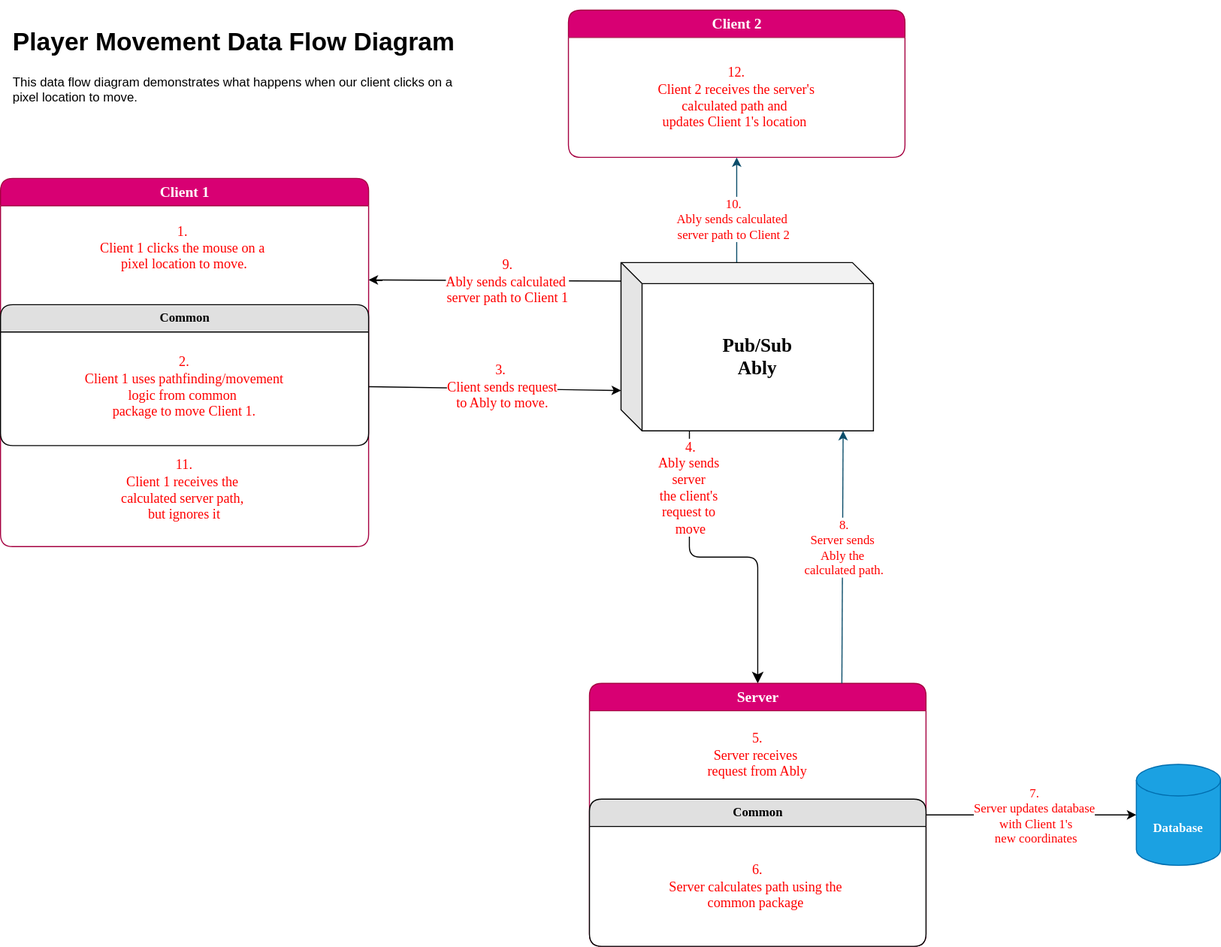
sloalchemist/potions keeps this draw.io diagram as diagrams/playerMovement.drawio.svg. Above is the earlier version. Source tidied: cells renumbered, new cells last; positions are measured from the earlier drawing's top-left corner, leaving out a move shared by most shapes. The source it was exported from:
```xml
<mxGraphModel>
  <root>
    <mxCell id="0" />
    <mxCell id="1" parent="0" />
    <mxCell id="2" style="edgeStyle=orthogonalEdgeStyle;html=1;labelBackgroundColor=none;startFill=0;startSize=8;endFill=1;endSize=8;fontFamily=Verdana;fontSize=12;entryX=0.5;entryY=0;entryDx=0;entryDy=0;exitX=0.271;exitY=0.986;exitDx=0;exitDy=0;exitPerimeter=0;" parent="1" edge="1" source="26" target="12">
      <mxGeometry relative="1" as="geometry" />
    </mxCell>
    <mxCell id="3" value="&lt;font style=&quot;font-size: 13px; color: rgb(255, 0, 0);&quot;&gt;4.&lt;/font&gt;&lt;div&gt;&lt;font style=&quot;font-size: 13px; color: rgb(255, 0, 0);&quot;&gt;Ably sends&amp;nbsp;&lt;/font&gt;&lt;/div&gt;&lt;div&gt;&lt;font style=&quot;font-size: 13px; color: rgb(255, 0, 0);&quot;&gt;server&amp;nbsp;&lt;/font&gt;&lt;/div&gt;&lt;div&gt;&lt;font style=&quot;font-size: 13px; color: rgb(255, 0, 0);&quot;&gt;the&amp;nbsp;&lt;span style=&quot;background-color: light-dark(#ffffff, var(--ge-dark-color, #121212));&quot;&gt;client's&amp;nbsp;&lt;/span&gt;&lt;/font&gt;&lt;/div&gt;&lt;div&gt;&lt;span style=&quot;background-color: light-dark(#ffffff, var(--ge-dark-color, #121212));&quot;&gt;&lt;font style=&quot;font-size: 13px; color: rgb(255, 0, 0);&quot;&gt;request to&amp;nbsp;&lt;/font&gt;&lt;/span&gt;&lt;/div&gt;&lt;div&gt;&lt;span style=&quot;background-color: light-dark(#ffffff, var(--ge-dark-color, #121212));&quot;&gt;&lt;font style=&quot;font-size: 13px; color: rgb(255, 0, 0);&quot;&gt;move&lt;/font&gt;&lt;/span&gt;&lt;/div&gt;" style="edgeLabel;html=1;align=center;verticalAlign=middle;fontFamily=Verdana;" parent="2" vertex="1">
      <mxGeometry x="-0.36" relative="1" as="geometry">
        <mxPoint y="-42" as="offset" />
      </mxGeometry>
    </mxCell>
    <mxCell id="4" value="&lt;font face=&quot;Verdana&quot;&gt;&lt;b&gt;Database&lt;/b&gt;&lt;/font&gt;" style="shape=cylinder3;whiteSpace=wrap;html=1;boundedLbl=1;backgroundOutline=1;size=15;fillColor=#1ba1e2;fontColor=#ffffff;strokeColor=#006EAF;" parent="1" vertex="1">
      <mxGeometry x="1080" y="717" width="80" height="96" as="geometry" />
    </mxCell>
    <mxCell id="5" style="endArrow=classic;html=1;rounded=0;exitX=1;exitY=0.5;exitDx=0;exitDy=0;" parent="1" edge="1" source="12" target="4">
      <mxGeometry relative="1" as="geometry" />
    </mxCell>
    <mxCell id="6" value="&lt;font style=&quot;color: rgb(255, 0, 0);&quot;&gt;7.&lt;/font&gt;&lt;div&gt;&lt;font style=&quot;color: rgb(255, 0, 0);&quot;&gt;Server updates database&lt;/font&gt;&lt;/div&gt;&lt;div&gt;&lt;font style=&quot;color: rgb(255, 0, 0);&quot;&gt;&amp;nbsp;with Client 1's&lt;/font&gt;&lt;/div&gt;&lt;div&gt;&lt;font style=&quot;color: rgb(255, 0, 0);&quot;&gt;&amp;nbsp;new coordinates&lt;/font&gt;&lt;/div&gt;" style="edgeLabel;html=1;align=center;verticalAlign=middle;fontFamily=Verdana;fontSize=12;" parent="5" vertex="1">
      <mxGeometry x="-0.23" y="-3" relative="1" as="geometry">
        <mxPoint x="25" y="-3" as="offset" />
      </mxGeometry>
    </mxCell>
    <mxCell id="7" style="endArrow=classic;html=1;rounded=0;exitX=1;exitY=0.5;exitDx=0;exitDy=0;entryX=0;entryY=0.76;entryDx=0;entryDy=0;entryPerimeter=0;" parent="1" edge="1" source="24" target="26">
      <mxGeometry relative="1" as="geometry" />
    </mxCell>
    <mxCell id="8" value="&lt;font style=&quot;color: rgb(255, 0, 0); font-size: 13px;&quot;&gt;3.&amp;nbsp;&lt;/font&gt;&lt;div&gt;&lt;font style=&quot;color: rgb(255, 0, 0); font-size: 13px;&quot;&gt;Client sends request&lt;/font&gt;&lt;div&gt;&lt;font style=&quot;color: rgb(255, 0, 0); font-size: 13px;&quot;&gt;to Ably to move.&lt;/font&gt;&lt;/div&gt;&lt;/div&gt;" style="edgeLabel;html=1;align=center;verticalAlign=middle;fontFamily=Verdana;" parent="7" vertex="1">
      <mxGeometry x="0.3" relative="1" as="geometry">
        <mxPoint x="-30" y="-3" as="offset" />
      </mxGeometry>
    </mxCell>
    <mxCell id="9" style="endArrow=classic;html=1;rounded=0;entryX=1;entryY=0.75;entryDx=0;entryDy=0;exitX=0;exitY=0.11;exitDx=0;exitDy=0;exitPerimeter=0;" parent="1" edge="1" source="26" target="22">
      <mxGeometry relative="1" as="geometry" />
    </mxCell>
    <mxCell id="10" value="&lt;div&gt;&lt;font style=&quot;color: rgb(255, 0, 0); font-size: 13px;&quot;&gt;9.&lt;/font&gt;&lt;/div&gt;&lt;div&gt;&lt;font style=&quot;color: rgb(255, 0, 0); font-size: 13px;&quot;&gt;Ably sends calculated&amp;nbsp;&lt;/font&gt;&lt;/div&gt;&lt;div&gt;&lt;font style=&quot;color: rgb(255, 0, 0); font-size: 13px;&quot;&gt;server path to Client 1&lt;/font&gt;&lt;/div&gt;" style="edgeLabel;html=1;align=center;verticalAlign=middle;fontFamily=Verdana;" parent="9" vertex="1">
      <mxGeometry x="-0.37" y="-1" relative="1" as="geometry">
        <mxPoint x="-33" y="1" as="offset" />
      </mxGeometry>
    </mxCell>
    <mxCell id="11" style="group;" parent="1" vertex="1">
      <mxGeometry x="560" y="640" width="320" height="230" as="geometry" />
    </mxCell>
    <mxCell id="12" value="&lt;h3&gt;Server&lt;/h3&gt;" style="swimlane;html=1;fontStyle=0;horizontal=1;startSize=26;fillColor=#d80073;swimlaneFillColor=#ffffff;align=center;rounded=1;shadow=0;comic=0;labelBackgroundColor=none;strokeWidth=1;fontFamily=Verdana;fontSize=12;fontColor=#ffffff;strokeColor=#A50040;" parent="11" vertex="1">
      <mxGeometry width="320" height="250" as="geometry" />
    </mxCell>
    <mxCell id="13" value="&lt;font face=&quot;Verdana&quot; style=&quot;color: rgb(255, 0, 0); font-size: 13px;&quot;&gt;5.&lt;/font&gt;&lt;div&gt;&lt;font face=&quot;Verdana&quot; style=&quot;color: rgb(255, 0, 0); font-size: 13px;&quot;&gt;Server receives&amp;nbsp;&lt;/font&gt;&lt;/div&gt;&lt;div&gt;&lt;font face=&quot;Verdana&quot; style=&quot;color: rgb(255, 0, 0); font-size: 13px;&quot;&gt;request from Ably&lt;/font&gt;&lt;/div&gt;" style="text;strokeColor=none;align=center;fillColor=none;html=1;verticalAlign=middle;whiteSpace=wrap;rounded=0;fontColor=#EEEEEE;" parent="12" vertex="1">
      <mxGeometry y="26" width="320" height="84" as="geometry" />
    </mxCell>
    <mxCell id="14" value="&lt;h4&gt;Common&lt;/h4&gt;" style="swimlane;html=1;fontStyle=0;horizontal=1;startSize=26;fillColor=#e0e0e0;swimlaneFillColor=#ffffff;align=center;rounded=1;shadow=0;comic=0;labelBackgroundColor=none;strokeWidth=1;fontFamily=Verdana;fontSize=12;" parent="12" vertex="1">
      <mxGeometry y="110" width="320" height="140" as="geometry" />
    </mxCell>
    <mxCell id="15" value="&lt;font face=&quot;Verdana&quot; style=&quot;color: rgb(255, 0, 0); font-size: 13px;&quot;&gt;6.&lt;/font&gt;&lt;div&gt;&lt;font face=&quot;Verdana&quot; style=&quot;color: rgb(255, 0, 0); font-size: 13px;&quot;&gt;Server&amp;nbsp;&lt;/font&gt;&lt;span style=&quot;color: light-dark(rgb(255, 0, 0), rgb(255, 144, 144)); font-size: 13px; font-family: Verdana; background-color: transparent;&quot;&gt;calculates path using the&amp;nbsp;&lt;/span&gt;&lt;/div&gt;&lt;div&gt;&lt;font face=&quot;Verdana&quot; style=&quot;color: rgb(255, 0, 0); font-size: 13px;&quot;&gt;common package&amp;nbsp;&lt;/font&gt;&lt;/div&gt;" style="text;strokeColor=none;align=center;fillColor=none;html=1;verticalAlign=middle;whiteSpace=wrap;rounded=0;" parent="14" vertex="1">
      <mxGeometry y="26" width="320" height="114" as="geometry" />
    </mxCell>
    <mxCell id="16" style="group;" parent="1" vertex="1">
      <mxGeometry x="540" width="320" height="140" as="geometry" />
    </mxCell>
    <mxCell id="17" value="&lt;h3&gt;Client 2&lt;/h3&gt;" style="swimlane;html=1;fontStyle=0;horizontal=1;startSize=26;fillColor=#d80073;swimlaneFillColor=#ffffff;align=center;rounded=1;shadow=0;comic=0;labelBackgroundColor=none;strokeWidth=1;fontFamily=Verdana;fontSize=12;fontColor=#ffffff;strokeColor=#A50040;" parent="16" vertex="1">
      <mxGeometry width="320" height="140" as="geometry" />
    </mxCell>
    <mxCell id="18" value="&lt;font color=&quot;#ff0000&quot;&gt;&lt;span style=&quot;font-size: 13px;&quot;&gt;12.&lt;/span&gt;&lt;/font&gt;&lt;div&gt;&lt;font color=&quot;#ff0000&quot;&gt;&lt;span style=&quot;font-size: 13px;&quot;&gt;Client 2 receives&amp;nbsp;&lt;/span&gt;&lt;/font&gt;&lt;span style=&quot;font-size: 13px; color: light-dark(rgb(255, 0, 0), rgb(255, 144, 144)); background-color: transparent;&quot;&gt;the server's&lt;/span&gt;&lt;/div&gt;&lt;div&gt;&lt;font color=&quot;#ff0000&quot;&gt;&lt;span style=&quot;font-size: 13px;&quot;&gt;calculated path and&amp;nbsp;&lt;/span&gt;&lt;/font&gt;&lt;/div&gt;&lt;div&gt;&lt;font color=&quot;#ff0000&quot;&gt;&lt;span style=&quot;font-size: 13px;&quot;&gt;updates Client 1's location&amp;nbsp;&lt;/span&gt;&lt;/font&gt;&lt;/div&gt;" style="text;strokeColor=none;align=center;fillColor=none;html=1;verticalAlign=middle;whiteSpace=wrap;rounded=0;fontFamily=Verdana;" parent="17" vertex="1">
      <mxGeometry y="26" width="320" height="114" as="geometry" />
    </mxCell>
    <mxCell id="19" style="endArrow=classic;html=1;rounded=0;strokeColor=#0B4D6A;exitX=0;exitY=0;exitDx=110;exitDy=0;exitPerimeter=0;entryX=0.5;entryY=1;entryDx=0;entryDy=0;" parent="1" edge="1" source="26" target="18">
      <mxGeometry relative="1" as="geometry" />
    </mxCell>
    <mxCell id="20" value="&lt;font style=&quot;color: rgb(255, 0, 0);&quot;&gt;10.&lt;/font&gt;&lt;div&gt;&lt;font style=&quot;color: rgb(255, 0, 0);&quot;&gt;Ably sends calculated&amp;nbsp;&lt;/font&gt;&lt;/div&gt;&lt;div&gt;&lt;font style=&quot;color: rgb(255, 0, 0);&quot;&gt;server path to Client 2&lt;/font&gt;&lt;/div&gt;" style="edgeLabel;html=1;align=center;verticalAlign=middle;strokeColor=#BAC8D3;fontColor=#EEEEEE;fillColor=#09555B;fontFamily=Verdana;fontSize=12;" parent="19" vertex="1">
      <mxGeometry x="0.19" y="4" relative="1" as="geometry">
        <mxPoint y="17" as="offset" />
      </mxGeometry>
    </mxCell>
    <mxCell id="21" value="&lt;h3&gt;Client 1&lt;/h3&gt;" style="swimlane;html=1;fontStyle=0;horizontal=1;startSize=26;fillColor=#d80073;swimlaneFillColor=#ffffff;align=center;rounded=1;shadow=0;comic=0;labelBackgroundColor=none;strokeWidth=1;fontFamily=Verdana;fontSize=12;fontColor=#ffffff;strokeColor=#A50040;" parent="1" vertex="1">
      <mxGeometry y="160" width="350" height="350" as="geometry" />
    </mxCell>
    <mxCell id="22" value="&lt;font style=&quot;font-size: 13px;&quot;&gt;1.&amp;nbsp;&lt;/font&gt;&lt;div&gt;&lt;font style=&quot;font-size: 13px;&quot;&gt;Client 1 clicks the mouse on a&amp;nbsp;&lt;/font&gt;&lt;/div&gt;&lt;div&gt;&lt;font style=&quot;font-size: 13px;&quot;&gt;pixel location to move.&lt;/font&gt;&lt;/div&gt;&lt;div&gt;&lt;font&gt;&lt;br&gt;&lt;/font&gt;&lt;/div&gt;" style="text;strokeColor=none;align=center;fillColor=none;html=1;verticalAlign=middle;whiteSpace=wrap;rounded=0;fontColor=#FF0000;fontFamily=Verdana;" parent="21" vertex="1">
      <mxGeometry y="26" width="350" height="94" as="geometry" />
    </mxCell>
    <mxCell id="23" value="&lt;h4&gt;Common&lt;/h4&gt;" style="swimlane;html=1;fontStyle=0;horizontal=1;startSize=26;fillColor=#e0e0e0;swimlaneFillColor=#ffffff;align=center;rounded=1;shadow=0;comic=0;labelBackgroundColor=none;strokeWidth=1;fontFamily=Verdana;fontSize=12;" parent="21" vertex="1">
      <mxGeometry y="120" width="350" height="134" as="geometry" />
    </mxCell>
    <mxCell id="24" value="&lt;font color=&quot;#ff0000&quot;&gt;&lt;span style=&quot;font-size: 13px;&quot;&gt;2.&lt;/span&gt;&lt;/font&gt;&lt;div&gt;&lt;font color=&quot;#ff0000&quot;&gt;&lt;span style=&quot;font-size: 13px;&quot;&gt;Client 1 uses pathfinding/movement&lt;/span&gt;&lt;/font&gt;&lt;/div&gt;&lt;div&gt;&lt;font color=&quot;#ff0000&quot;&gt;&lt;span style=&quot;font-size: 13px;&quot;&gt;logic from common&amp;nbsp;&lt;/span&gt;&lt;/font&gt;&lt;/div&gt;&lt;div&gt;&lt;font color=&quot;#ff0000&quot;&gt;&lt;span style=&quot;font-size: 13px;&quot;&gt;package to move Client 1.&lt;/span&gt;&lt;/font&gt;&lt;/div&gt;" style="text;strokeColor=none;align=center;fillColor=none;html=1;verticalAlign=middle;whiteSpace=wrap;rounded=0;fontFamily=Verdana;" parent="23" vertex="1">
      <mxGeometry y="26" width="350" height="104" as="geometry" />
    </mxCell>
    <mxCell id="25" value="&lt;font style=&quot;color: rgb(255, 0, 0); font-size: 13px;&quot;&gt;11.&lt;/font&gt;&lt;div&gt;&lt;font style=&quot;color: rgb(255, 0, 0); font-size: 13px;&quot;&gt;Client 1 receives the&amp;nbsp;&lt;/font&gt;&lt;/div&gt;&lt;div&gt;&lt;font style=&quot;color: rgb(255, 0, 0); font-size: 13px;&quot;&gt;calculated server path,&amp;nbsp;&lt;/font&gt;&lt;/div&gt;&lt;div&gt;&lt;font style=&quot;color: rgb(255, 0, 0); font-size: 13px;&quot;&gt;but ignores it&lt;/font&gt;&lt;/div&gt;" style="text;strokeColor=none;align=center;fillColor=none;html=1;verticalAlign=middle;whiteSpace=wrap;rounded=0;fontFamily=Verdana;" parent="21" vertex="1">
      <mxGeometry y="254" width="350" height="84" as="geometry" />
    </mxCell>
    <mxCell id="26" value="&lt;h2&gt;&lt;font face=&quot;Verdana&quot;&gt;Pub/Sub&lt;br&gt;Ably&lt;/font&gt;&lt;/h2&gt;" style="shape=cube;whiteSpace=wrap;html=1;boundedLbl=1;backgroundOutline=1;darkOpacity=0.05;darkOpacity2=0.1;points=[[0,0,0,0,0],[0,0,0,0,120],[0,0,0,10,130],[0,0,0,20,140],[0,0,0,110,0],[0,0,0,220,0],[0,0,0,230,10],[0,0,0,240,20],[0,0,0,240,80],[0,0.11,0,0,0],[0,0.25,0,0,0],[0,0.39,0,0,0],[0,0.5,0,0,0],[0,0.59,0,0,0],[0,0.68,0,0,0],[0,0.76,0,0,0],[0.2,1,0,0,0],[0.29,1,0,0,0],[0.4,1,0,0,0],[0.5,1,0,0,0],[0.63,1,0,0,0],[0.75,1,0,0,0],[0.88,1,0,0,0],[1,1,0,0,0]];" parent="1" vertex="1">
      <mxGeometry x="590" y="240" width="240" height="160" as="geometry" />
    </mxCell>
    <mxCell id="27" style="endArrow=classic;html=1;rounded=0;strokeColor=#0B4D6A;entryX=0.88;entryY=1;entryDx=0;entryDy=0;entryPerimeter=0;exitX=0.75;exitY=0;exitDx=0;exitDy=0;" parent="1" edge="1" source="12" target="26">
      <mxGeometry relative="1" as="geometry" />
    </mxCell>
    <mxCell id="28" value="&lt;font style=&quot;color: rgb(255, 0, 0);&quot; face=&quot;Verdana&quot;&gt;8.&lt;/font&gt;&lt;div&gt;&lt;font style=&quot;color: rgb(255, 0, 0);&quot; face=&quot;Verdana&quot;&gt;Server sends&amp;nbsp;&lt;/font&gt;&lt;/div&gt;&lt;div&gt;&lt;font style=&quot;color: rgb(255, 0, 0);&quot; face=&quot;Verdana&quot;&gt;Ably the&amp;nbsp;&lt;/font&gt;&lt;/div&gt;&lt;div&gt;&lt;font style=&quot;color: rgb(255, 0, 0);&quot; face=&quot;Verdana&quot;&gt;calculated path.&lt;/font&gt;&lt;/div&gt;" style="edgeLabel;html=1;align=center;verticalAlign=middle;strokeColor=#BAC8D3;fontColor=#EEEEEE;fillColor=#09555B;fontSize=12;" parent="27" vertex="1">
      <mxGeometry x="0.08" y="-1" relative="1" as="geometry" />
    </mxCell>
    <mxCell id="29" value="&lt;h1 style=&quot;margin-top: 0px;&quot;&gt;Player Movement Data Flow Diagram&lt;/h1&gt;&lt;p&gt;This data flow diagram demonstrates what happens when our client clicks on a pixel location to move.&lt;/p&gt;" style="text;html=1;whiteSpace=wrap;overflow=hidden;rounded=0;" parent="1" vertex="1">
      <mxGeometry x="10" y="10" width="440" height="120" as="geometry" />
    </mxCell>
  </root>
</mxGraphModel>
```
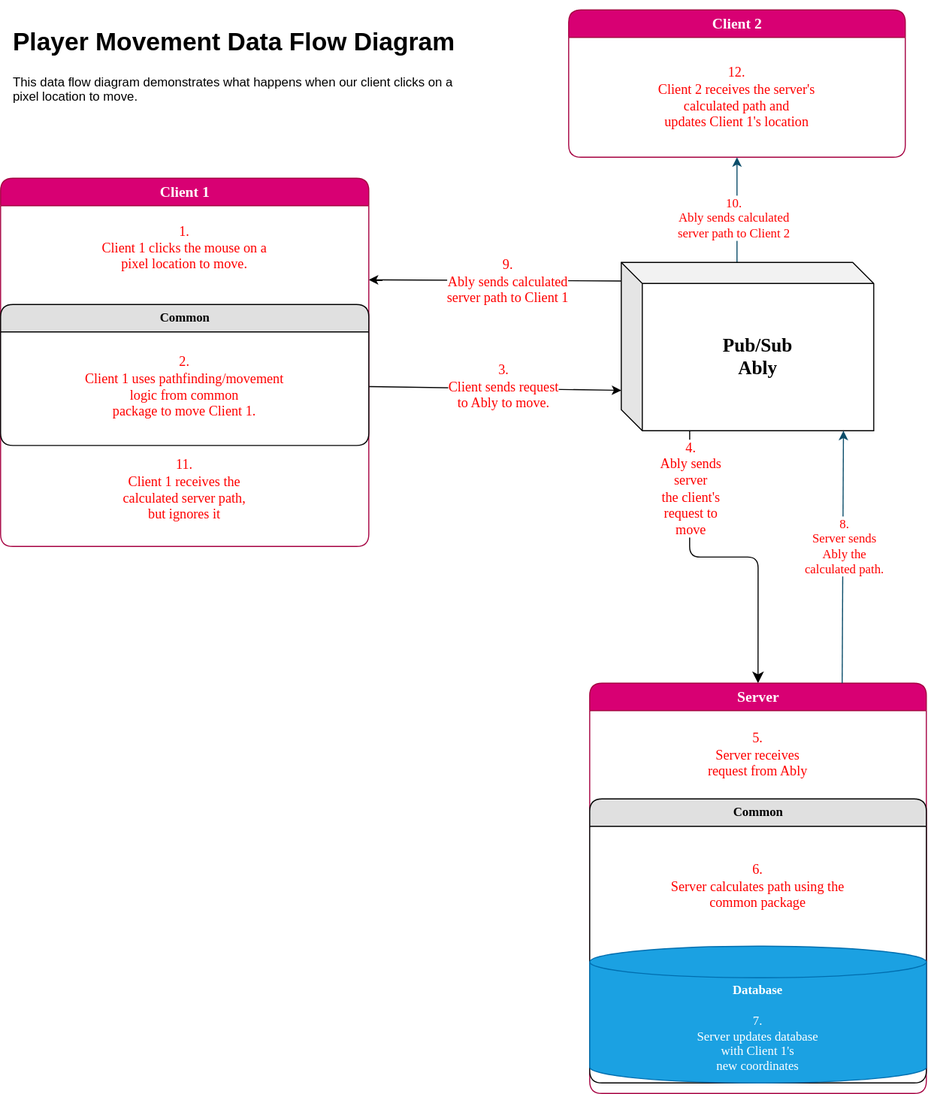
After the commit.

Commit message:
doc: changed DB to be inside server and added more auth details

The edit, as a diff of the source:
```diff
@@ -10,17 +10,6 @@
         <mxPoint y="-42" as="offset" />
       </mxGeometry>
     </mxCell>
-    <mxCell id="4" value="&lt;font face=&quot;Verdana&quot;&gt;&lt;b&gt;Database&lt;/b&gt;&lt;/font&gt;" style="shape=cylinder3;whiteSpace=wrap;html=1;boundedLbl=1;backgroundOutline=1;size=15;fillColor=#1ba1e2;fontColor=#ffffff;strokeColor=#006EAF;" parent="1" vertex="1">
-      <mxGeometry x="1080" y="717" width="80" height="96" as="geometry" />
-    </mxCell>
-    <mxCell id="5" style="endArrow=classic;html=1;rounded=0;exitX=1;exitY=0.5;exitDx=0;exitDy=0;" parent="1" edge="1" source="12" target="4">
-      <mxGeometry relative="1" as="geometry" />
-    </mxCell>
-    <mxCell id="6" value="&lt;font style=&quot;color: rgb(255, 0, 0);&quot;&gt;7.&lt;/font&gt;&lt;div&gt;&lt;font style=&quot;color: rgb(255, 0, 0);&quot;&gt;Server updates database&lt;/font&gt;&lt;/div&gt;&lt;div&gt;&lt;font style=&quot;color: rgb(255, 0, 0);&quot;&gt;&amp;nbsp;with Client 1's&lt;/font&gt;&lt;/div&gt;&lt;div&gt;&lt;font style=&quot;color: rgb(255, 0, 0);&quot;&gt;&amp;nbsp;new coordinates&lt;/font&gt;&lt;/div&gt;" style="edgeLabel;html=1;align=center;verticalAlign=middle;fontFamily=Verdana;fontSize=12;" parent="5" vertex="1">
-      <mxGeometry x="-0.23" y="-3" relative="1" as="geometry">
-        <mxPoint x="25" y="-3" as="offset" />
-      </mxGeometry>
-    </mxCell>
     <mxCell id="7" style="endArrow=classic;html=1;rounded=0;exitX=1;exitY=0.5;exitDx=0;exitDy=0;entryX=0;entryY=0.76;entryDx=0;entryDy=0;entryPerimeter=0;" parent="1" edge="1" source="24" target="26">
       <mxGeometry relative="1" as="geometry" />
     </mxCell>
@@ -38,20 +27,23 @@
       </mxGeometry>
     </mxCell>
     <mxCell id="11" style="group;" parent="1" vertex="1">
-      <mxGeometry x="560" y="640" width="320" height="230" as="geometry" />
+      <mxGeometry x="560" y="640" width="320" height="390" as="geometry" />
     </mxCell>
     <mxCell id="12" value="&lt;h3&gt;Server&lt;/h3&gt;" style="swimlane;html=1;fontStyle=0;horizontal=1;startSize=26;fillColor=#d80073;swimlaneFillColor=#ffffff;align=center;rounded=1;shadow=0;comic=0;labelBackgroundColor=none;strokeWidth=1;fontFamily=Verdana;fontSize=12;fontColor=#ffffff;strokeColor=#A50040;" parent="11" vertex="1">
-      <mxGeometry width="320" height="250" as="geometry" />
+      <mxGeometry width="320" height="390" as="geometry" />
     </mxCell>
     <mxCell id="13" value="&lt;font face=&quot;Verdana&quot; style=&quot;color: rgb(255, 0, 0); font-size: 13px;&quot;&gt;5.&lt;/font&gt;&lt;div&gt;&lt;font face=&quot;Verdana&quot; style=&quot;color: rgb(255, 0, 0); font-size: 13px;&quot;&gt;Server receives&amp;nbsp;&lt;/font&gt;&lt;/div&gt;&lt;div&gt;&lt;font face=&quot;Verdana&quot; style=&quot;color: rgb(255, 0, 0); font-size: 13px;&quot;&gt;request from Ably&lt;/font&gt;&lt;/div&gt;" style="text;strokeColor=none;align=center;fillColor=none;html=1;verticalAlign=middle;whiteSpace=wrap;rounded=0;fontColor=#EEEEEE;" parent="12" vertex="1">
       <mxGeometry y="26" width="320" height="84" as="geometry" />
     </mxCell>
     <mxCell id="14" value="&lt;h4&gt;Common&lt;/h4&gt;" style="swimlane;html=1;fontStyle=0;horizontal=1;startSize=26;fillColor=#e0e0e0;swimlaneFillColor=#ffffff;align=center;rounded=1;shadow=0;comic=0;labelBackgroundColor=none;strokeWidth=1;fontFamily=Verdana;fontSize=12;" parent="12" vertex="1">
-      <mxGeometry y="110" width="320" height="140" as="geometry" />
+      <mxGeometry y="110" width="320" height="270" as="geometry" />
     </mxCell>
     <mxCell id="15" value="&lt;font face=&quot;Verdana&quot; style=&quot;color: rgb(255, 0, 0); font-size: 13px;&quot;&gt;6.&lt;/font&gt;&lt;div&gt;&lt;font face=&quot;Verdana&quot; style=&quot;color: rgb(255, 0, 0); font-size: 13px;&quot;&gt;Server&amp;nbsp;&lt;/font&gt;&lt;span style=&quot;color: light-dark(rgb(255, 0, 0), rgb(255, 144, 144)); font-size: 13px; font-family: Verdana; background-color: transparent;&quot;&gt;calculates path using the&amp;nbsp;&lt;/span&gt;&lt;/div&gt;&lt;div&gt;&lt;font face=&quot;Verdana&quot; style=&quot;color: rgb(255, 0, 0); font-size: 13px;&quot;&gt;common package&amp;nbsp;&lt;/font&gt;&lt;/div&gt;" style="text;strokeColor=none;align=center;fillColor=none;html=1;verticalAlign=middle;whiteSpace=wrap;rounded=0;" parent="14" vertex="1">
       <mxGeometry y="26" width="320" height="114" as="geometry" />
     </mxCell>
+    <mxCell id="4" value="&lt;font style=&quot;font-family: Verdana;&quot;&gt;&lt;b&gt;Database&lt;br&gt;&lt;/b&gt;&lt;br&gt;7.&lt;/font&gt;&lt;div style=&quot;font-family: Verdana;&quot;&gt;&lt;font style=&quot;&quot;&gt;Server updates database&lt;/font&gt;&lt;/div&gt;&lt;div style=&quot;font-family: Verdana;&quot;&gt;&lt;font style=&quot;&quot;&gt;&amp;nbsp;with Client 1's&lt;/font&gt;&lt;/div&gt;&lt;div style=&quot;font-family: Verdana;&quot;&gt;&lt;font style=&quot;&quot;&gt;&amp;nbsp;new coordinates&lt;/font&gt;&lt;/div&gt;" style="shape=cylinder3;whiteSpace=wrap;html=1;boundedLbl=1;backgroundOutline=1;size=15;fillColor=#1ba1e2;fontColor=#ffffff;strokeColor=#006EAF;" parent="14" vertex="1">
+      <mxGeometry y="140" width="320" height="130" as="geometry" />
+    </mxCell>
     <mxCell id="16" style="group;" parent="1" vertex="1">
       <mxGeometry x="540" width="320" height="140" as="geometry" />
     </mxCell>
```
